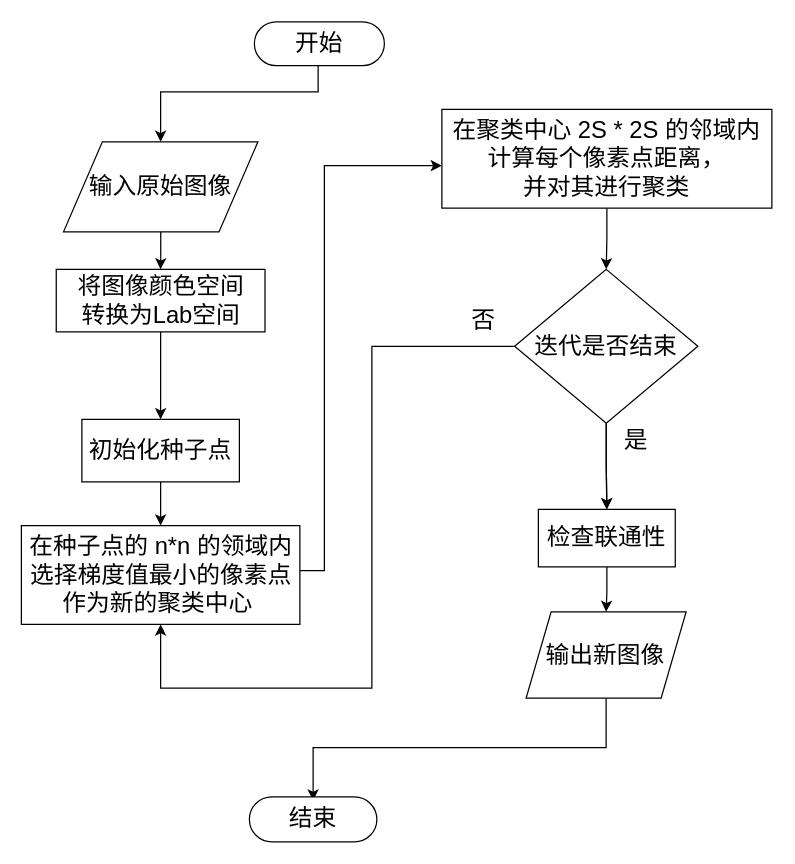
Earlier version of the draw.io diagram SLIC流程图.drawio (wen124/draw). Source tidied: cells renumbered, new cells numbered last; positions are measured from the earlier drawing's top-left corner, leaving out a move shared by most shapes. Both pictures are drawn from the tidied source at 125%, with x=0, y=0 at pixel (21, 21).
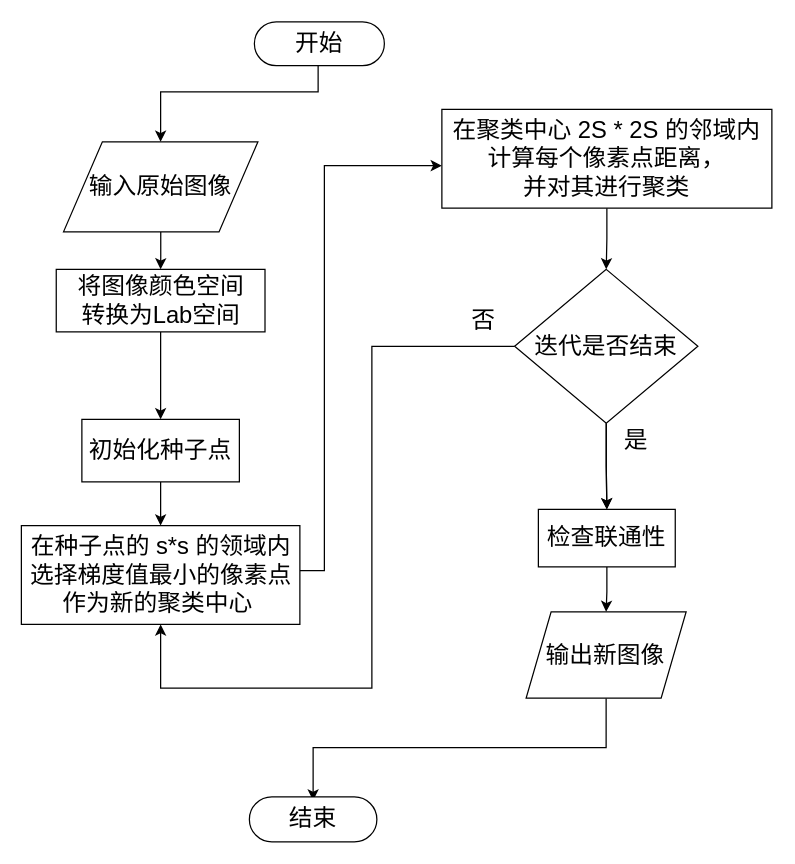
Above is the later version.

Commit message:
更新SLIC流程图.drawio

Change to the diagram source:
```diff
@@
-    <mxCell id="11" value="在种子点的 n*n 的领域内&lt;br style=&quot;font-size: 19px;&quot;&gt;选择梯度值最小的像素点&lt;br style=&quot;font-size: 19px;&quot;&gt;作为新的聚类中心&amp;nbsp;" style="whiteSpace=wrap;html=1;dashed=0;fontStyle=0;fontSize=19;" parent="1" vertex="1">
+    <mxCell id="11" value="在种子点的 s*s 的领域内&lt;br style=&quot;font-size: 19px;&quot;&gt;选择梯度值最小的像素点&lt;br style=&quot;font-size: 19px;&quot;&gt;作为新的聚类中心&amp;nbsp;" style="whiteSpace=wrap;html=1;dashed=0;fontStyle=0;fontSize=19;" parent="1" vertex="1">
       <mxGeometry x="-0.4" y="403" width="222.8" height="79" as="geometry" />
     </mxCell>
```
